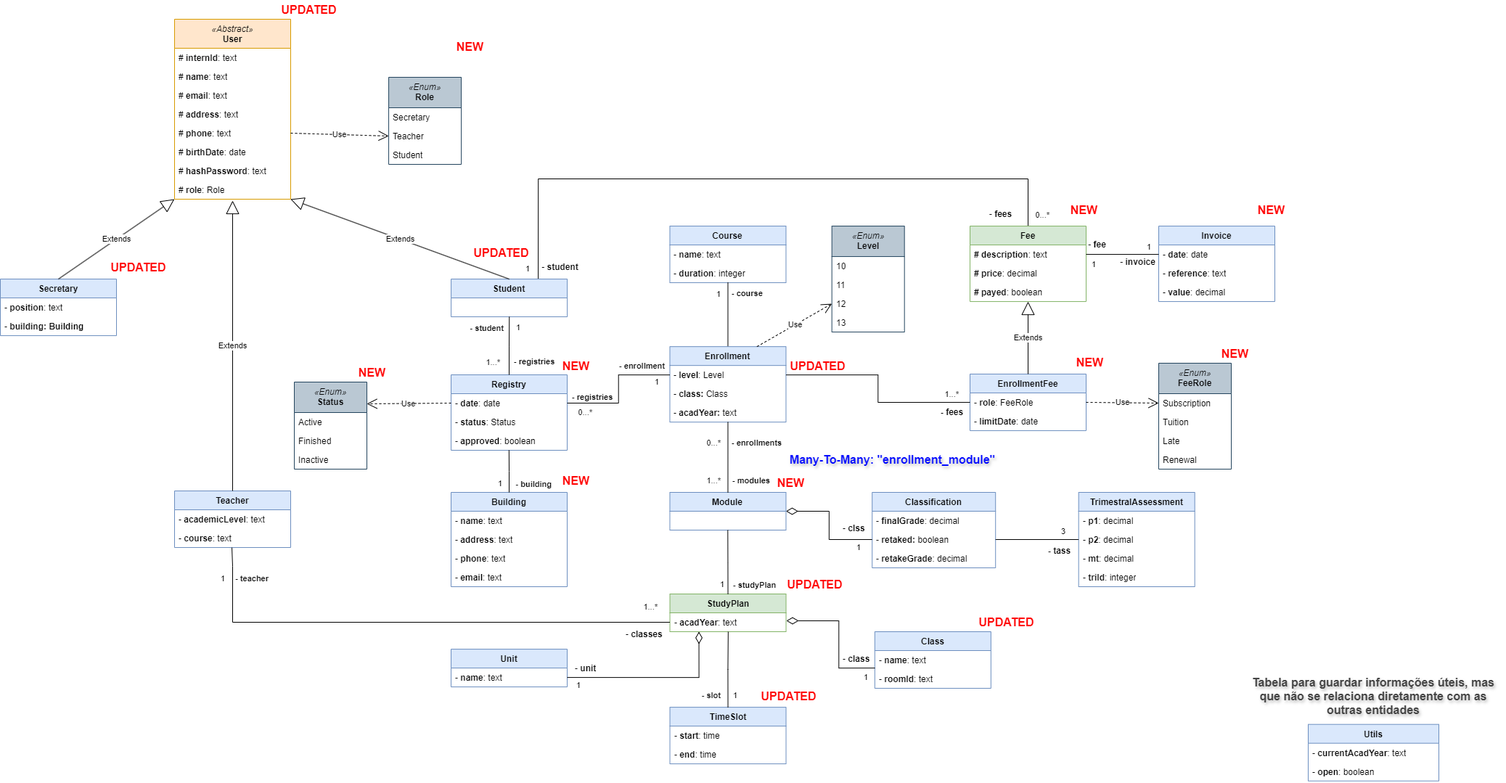
This is documentation/data-model.drawio.png from Joaquim-Claudio/Imptel-Online_P.D.S-2024-2025, a draw.io export, as it was before one commit. Source tidied: cells renumbered, new cells last; positions are measured from the earlier drawing's top-left corner, leaving out a move shared by most shapes.
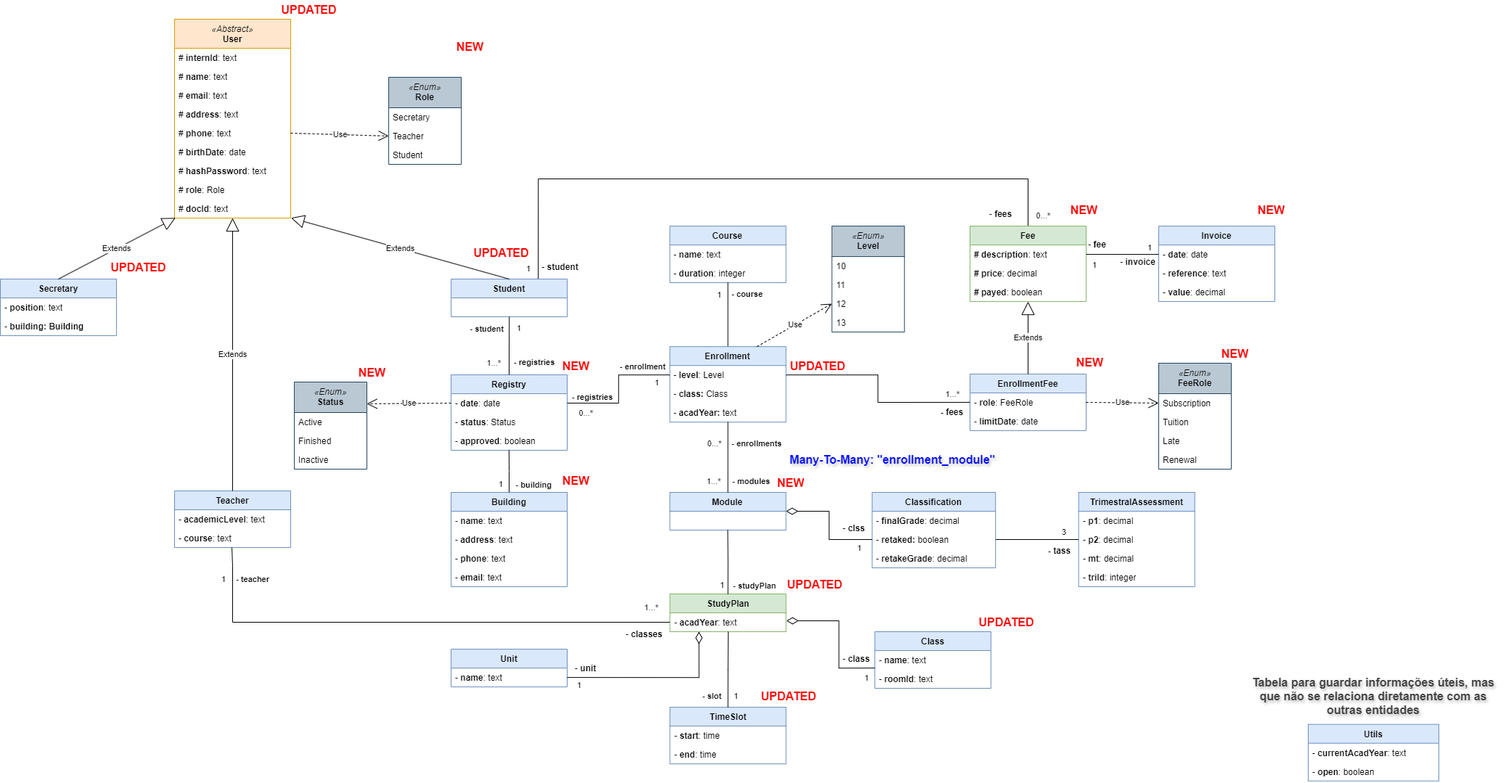
Above is the later version.

The edit, as a diff of the source:
```diff
@@ -3,7 +3,7 @@
     <mxCell id="0" />
     <mxCell id="1" parent="0" />
     <mxCell id="2" value="&lt;div&gt;&lt;i style=&quot;font-weight: normal;&quot;&gt;«Abstract»&lt;/i&gt;&lt;/div&gt;User" style="swimlane;fontStyle=1;align=center;verticalAlign=top;horizontal=1;startSize=40;whiteSpace=wrap;html=1;fillColor=#ffe6cc;strokeColor=#d79b00;" parent="1" vertex="1">
-      <mxGeometry x="240" y="26" width="160" height="248" as="geometry" />
+      <mxGeometry x="240" y="26" width="160" height="274" as="geometry" />
     </mxCell>
     <mxCell id="3" value="#&lt;b&gt; internId&lt;/b&gt;: text" style="text;strokeColor=none;fillColor=none;align=left;verticalAlign=top;spacingLeft=4;spacingRight=4;overflow=hidden;whiteSpace=wrap;html=1;" parent="2" vertex="1">
       <mxGeometry y="40" width="160" height="26" as="geometry" />
@@ -29,6 +29,9 @@
     <mxCell id="10" value="# &lt;b&gt;role&lt;/b&gt;: Role" style="text;strokeColor=none;fillColor=none;align=left;verticalAlign=top;spacingLeft=4;spacingRight=4;overflow=hidden;points=[[0,0.5],[1,0.5]];portConstraint=eastwest;whiteSpace=wrap;html=1;" parent="2" vertex="1">
       <mxGeometry y="222" width="160" height="26" as="geometry" />
     </mxCell>
+    <mxCell id="169" value="# &lt;b&gt;docId&lt;/b&gt;: text" style="text;strokeColor=none;fillColor=none;align=left;verticalAlign=top;spacingLeft=4;spacingRight=4;overflow=hidden;points=[[0,0.5],[1,0.5]];portConstraint=eastwest;whiteSpace=wrap;html=1;" parent="2" vertex="1">
+      <mxGeometry y="248" width="160" height="26" as="geometry" />
+    </mxCell>
     <mxCell id="11" value="Secretary" style="swimlane;fontStyle=1;align=center;verticalAlign=top;horizontal=1;startSize=26;whiteSpace=wrap;html=1;fillColor=#dae8fc;strokeColor=#6c8ebf;" parent="1" vertex="1">
       <mxGeometry y="384.1" width="160" height="78" as="geometry" />
     </mxCell>
@@ -97,7 +100,7 @@
     <mxCell id="31" value="- &lt;b&gt;acadYear: &lt;/b&gt;text" style="text;strokeColor=none;fillColor=none;align=left;verticalAlign=top;spacingLeft=4;spacingRight=4;overflow=hidden;whiteSpace=wrap;html=1;" parent="28" vertex="1">
       <mxGeometry y="78" width="160" height="26" as="geometry" />
     </mxCell>
-    <mxCell id="32" value="Extends" style="endArrow=block;endSize=16;endFill=0;html=1;rounded=0;entryX=-0.001;entryY=1;entryDx=0;entryDy=0;entryPerimeter=0;exitX=0.5;exitY=0;exitDx=0;exitDy=0;" parent="1" edge="1" source="11" target="10">
+    <mxCell id="32" value="Extends" style="endArrow=block;endSize=16;endFill=0;html=1;rounded=0;entryX=0.008;entryY=0.992;entryDx=0;entryDy=0;entryPerimeter=0;exitX=0.5;exitY=0;exitDx=0;exitDy=0;" parent="1" edge="1" source="11" target="169">
       <mxGeometry relative="1" as="geometry" />
     </mxCell>
     <mxCell id="33" value="Unit" style="swimlane;fontStyle=1;align=center;verticalAlign=top;horizontal=1;startSize=26;whiteSpace=wrap;html=1;fillColor=#dae8fc;strokeColor=#6c8ebf;" parent="1" vertex="1">
@@ -106,13 +109,11 @@
     <mxCell id="34" value="- &lt;b&gt;name&lt;/b&gt;: text" style="text;strokeColor=none;fillColor=none;align=left;verticalAlign=top;spacingLeft=4;spacingRight=4;overflow=hidden;points=[[0,0.5],[1,0.5]];portConstraint=eastwest;whiteSpace=wrap;html=1;" parent="33" vertex="1">
       <mxGeometry y="26" width="160" height="26" as="geometry" />
     </mxCell>
-    <mxCell id="35" value="Extends" style="endArrow=block;endSize=16;endFill=0;html=1;rounded=0;exitX=0.5;exitY=0;exitDx=0;exitDy=0;entryX=0.999;entryY=1;entryDx=0;entryDy=0;entryPerimeter=0;" parent="1" edge="1" source="15" target="10">
+    <mxCell id="35" value="Extends" style="endArrow=block;endSize=16;endFill=0;html=1;rounded=0;exitX=0.5;exitY=0;exitDx=0;exitDy=0;entryX=1.003;entryY=0.992;entryDx=0;entryDy=0;entryPerimeter=0;" parent="1" edge="1" source="15" target="169">
       <mxGeometry relative="1" as="geometry" />
     </mxCell>
-    <mxCell id="36" value="Extends" style="endArrow=block;endSize=16;endFill=0;html=1;rounded=0;exitX=0.5;exitY=0;exitDx=0;exitDy=0;" parent="1" edge="1" source="16">
-      <mxGeometry relative="1" as="geometry">
-        <mxPoint x="320" y="276" as="targetPoint" />
-      </mxGeometry>
+    <mxCell id="36" value="Extends" style="endArrow=block;endSize=16;endFill=0;html=1;rounded=0;exitX=0.5;exitY=0;exitDx=0;exitDy=0;entryX=0.5;entryY=1;entryDx=0;entryDy=0;" parent="1" edge="1" source="16" target="2">
+      <mxGeometry relative="1" as="geometry" />
     </mxCell>
     <mxCell id="37" value="Classification" style="swimlane;fontStyle=1;align=center;verticalAlign=top;horizontal=1;startSize=26;whiteSpace=wrap;html=1;fillColor=#dae8fc;strokeColor=#6c8ebf;" parent="1" vertex="1">
       <mxGeometry x="1201.2" y="678" width="170" height="104" as="geometry" />
```
